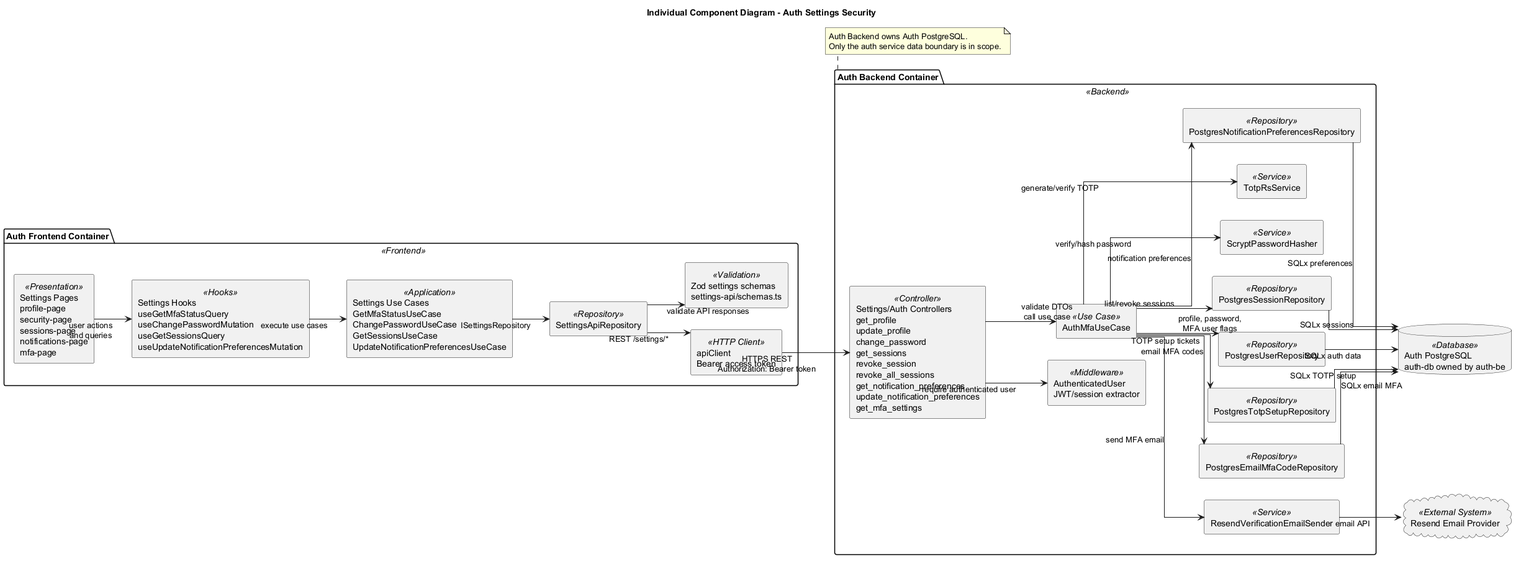
Before: docs/architecture/individual-component-auth-settings-security.png, a diagram exported from PlantUML (advprog-2026-A10-project/Module-9-Group). Its diagram source:
```plantuml
@startuml
title Individual Component Diagram - Auth Settings Security
left to right direction
skinparam componentStyle rectangle
skinparam linetype ortho

package "Auth Frontend Container" as AuthFE <<Frontend>> {
  component "Settings Pages\nprofile-page\nsecurity-page\nsessions-page\nnotifications-page\nmfa-page" as Pages <<Presentation>>
  component "Settings Hooks\nuseGetMfaStatusQuery\nuseChangePasswordMutation\nuseGetSessionsQuery\nuseUpdateNotificationPreferencesMutation" as Hooks <<Hooks>>
  component "Settings Use Cases\nGetMfaStatusUseCase\nChangePasswordUseCase\nGetSessionsUseCase\nUpdateNotificationPreferencesUseCase" as FEUseCases <<Application>>
  component "SettingsApiRepository" as SettingsApiRepo <<Repository>>
  component "apiClient\nBearer access token" as ApiClient <<HTTP Client>>
  component "Zod settings schemas\nsettings-api/schemas.ts" as ZodSchemas <<Validation>>
}

package "Auth Backend Container" as AuthBE <<Backend>> {
  component "Settings/Auth Controllers\nget_profile\nupdate_profile\nchange_password\nget_sessions\nrevoke_session\nrevoke_all_sessions\nget_notification_preferences\nupdate_notification_preferences\nget_mfa_settings" as Controllers <<Controller>>
  component "AuthenticatedUser\nJWT/session extractor" as AuthExtractor <<Middleware>>
  component "AuthMfaUseCase" as AuthMfa <<Use Case>>
  component "PostgresUserRepository" as UserRepo <<Repository>>
  component "PostgresSessionRepository" as SessionRepo <<Repository>>
  component "PostgresNotificationPreferencesRepository" as PrefRepo <<Repository>>
  component "PostgresEmailMfaCodeRepository" as EmailCodeRepo <<Repository>>
  component "PostgresTotpSetupRepository" as TotpSetupRepo <<Repository>>
  component "ScryptPasswordHasher" as PasswordHasher <<Service>>
  component "TotpRsService" as TotpService <<Service>>
  component "ResendVerificationEmailSender" as EmailSender <<Service>>
}

database "Auth PostgreSQL\nauth-db owned by auth-be" as AuthDB <<Database>>
cloud "Resend Email Provider" as Resend <<External System>>

Pages --> Hooks : user actions\nand queries
Hooks --> FEUseCases : execute use cases
FEUseCases --> SettingsApiRepo : ISettingsRepository
SettingsApiRepo --> ZodSchemas : validate API responses
SettingsApiRepo --> ApiClient : REST /settings/*
ApiClient --> Controllers : HTTPS REST\nAuthorization: Bearer token

Controllers --> AuthExtractor : require authenticated user
Controllers --> AuthMfa : validate DTOs\ncall use case

AuthMfa --> UserRepo : profile, password,\nMFA user flags
AuthMfa --> SessionRepo : list/revoke sessions
AuthMfa --> PrefRepo : notification preferences
AuthMfa --> EmailCodeRepo : email MFA codes
AuthMfa --> TotpSetupRepo : TOTP setup tickets
AuthMfa --> PasswordHasher : verify/hash password
AuthMfa --> TotpService : generate/verify TOTP
AuthMfa --> EmailSender : send MFA email

UserRepo --> AuthDB : SQLx auth data
SessionRepo --> AuthDB : SQLx sessions
PrefRepo --> AuthDB : SQLx preferences
EmailCodeRepo --> AuthDB : SQLx email MFA
TotpSetupRepo --> AuthDB : SQLx TOTP setup
EmailSender --> Resend : email API

note bottom of AuthBE
Auth Backend owns Auth PostgreSQL.
Only the auth service data boundary is in scope.
end note
@enduml
```
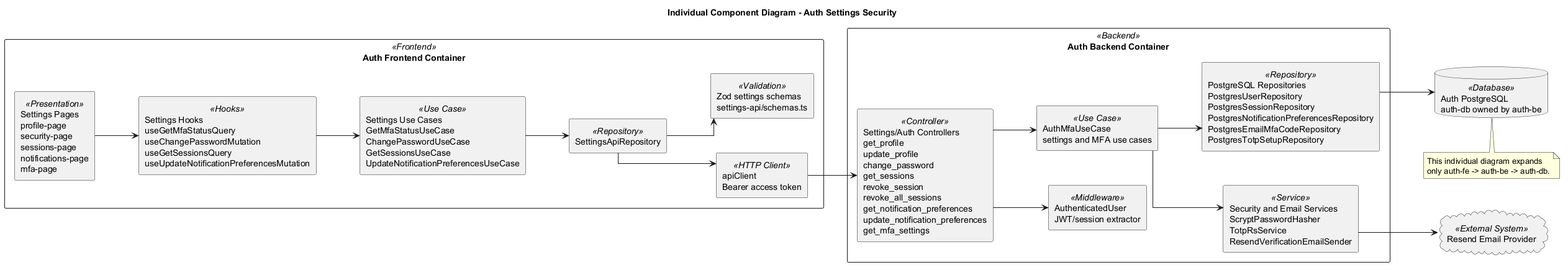
The same diagram one commit later.

Commit message:
fix Image for Individual container diagram of Auth Settings Security with its code diagram of the group A10 BidMart

Diff of the diagram source:
```diff
@@ -3,11 +3,15 @@
 left to right direction
 skinparam componentStyle rectangle
 skinparam linetype ortho
+skinparam nodesep 55
+skinparam ranksep 70
+skinparam wrapWidth 200
+skinparam packageStyle rectangle
 
 package "Auth Frontend Container" as AuthFE <<Frontend>> {
   component "Settings Pages\nprofile-page\nsecurity-page\nsessions-page\nnotifications-page\nmfa-page" as Pages <<Presentation>>
   component "Settings Hooks\nuseGetMfaStatusQuery\nuseChangePasswordMutation\nuseGetSessionsQuery\nuseUpdateNotificationPreferencesMutation" as Hooks <<Hooks>>
-  component "Settings Use Cases\nGetMfaStatusUseCase\nChangePasswordUseCase\nGetSessionsUseCase\nUpdateNotificationPreferencesUseCase" as FEUseCases <<Application>>
+  component "Settings Use Cases\nGetMfaStatusUseCase\nChangePasswordUseCase\nGetSessionsUseCase\nUpdateNotificationPreferencesUseCase" as FEUseCases <<Use Case>>
   component "SettingsApiRepository" as SettingsApiRepo <<Repository>>
   component "apiClient\nBearer access token" as ApiClient <<HTTP Client>>
   component "Zod settings schemas\nsettings-api/schemas.ts" as ZodSchemas <<Validation>>
@@ -16,48 +20,29 @@
 package "Auth Backend Container" as AuthBE <<Backend>> {
   component "Settings/Auth Controllers\nget_profile\nupdate_profile\nchange_password\nget_sessions\nrevoke_session\nrevoke_all_sessions\nget_notification_preferences\nupdate_notification_preferences\nget_mfa_settings" as Controllers <<Controller>>
   component "AuthenticatedUser\nJWT/session extractor" as AuthExtractor <<Middleware>>
-  component "AuthMfaUseCase" as AuthMfa <<Use Case>>
-  component "PostgresUserRepository" as UserRepo <<Repository>>
-  component "PostgresSessionRepository" as SessionRepo <<Repository>>
-  component "PostgresNotificationPreferencesRepository" as PrefRepo <<Repository>>
-  component "PostgresEmailMfaCodeRepository" as EmailCodeRepo <<Repository>>
-  component "PostgresTotpSetupRepository" as TotpSetupRepo <<Repository>>
-  component "ScryptPasswordHasher" as PasswordHasher <<Service>>
-  component "TotpRsService" as TotpService <<Service>>
-  component "ResendVerificationEmailSender" as EmailSender <<Service>>
+  component "AuthMfaUseCase\nsettings and MFA use cases" as AuthMfa <<Use Case>>
+  component "PostgreSQL Repositories\nPostgresUserRepository\nPostgresSessionRepository\nPostgresNotificationPreferencesRepository\nPostgresEmailMfaCodeRepository\nPostgresTotpSetupRepository" as AuthRepos <<Repository>>
+  component "Security and Email Services\nScryptPasswordHasher\nTotpRsService\nResendVerificationEmailSender" as AuthServices <<Service>>
 }
 
 database "Auth PostgreSQL\nauth-db owned by auth-be" as AuthDB <<Database>>
 cloud "Resend Email Provider" as Resend <<External System>>
 
-Pages --> Hooks : user actions\nand queries
-Hooks --> FEUseCases : execute use cases
-FEUseCases --> SettingsApiRepo : ISettingsRepository
-SettingsApiRepo --> ZodSchemas : validate API responses
-SettingsApiRepo --> ApiClient : REST /settings/*
-ApiClient --> Controllers : HTTPS REST\nAuthorization: Bearer token
+Pages --> Hooks
+Hooks --> FEUseCases
+FEUseCases --> SettingsApiRepo
+SettingsApiRepo --> ZodSchemas
+SettingsApiRepo --> ApiClient
+ApiClient --> Controllers
 
-Controllers --> AuthExtractor : require authenticated user
-Controllers --> AuthMfa : validate DTOs\ncall use case
+Controllers --> AuthExtractor
+Controllers --> AuthMfa
+AuthMfa --> AuthRepos
+AuthMfa --> AuthServices
+AuthRepos --> AuthDB
+AuthServices --> Resend
 
-AuthMfa --> UserRepo : profile, password,\nMFA user flags
-AuthMfa --> SessionRepo : list/revoke sessions
-AuthMfa --> PrefRepo : notification preferences
-AuthMfa --> EmailCodeRepo : email MFA codes
-AuthMfa --> TotpSetupRepo : TOTP setup tickets
-AuthMfa --> PasswordHasher : verify/hash password
-AuthMfa --> TotpService : generate/verify TOTP
-AuthMfa --> EmailSender : send MFA email
-
-UserRepo --> AuthDB : SQLx auth data
-SessionRepo --> AuthDB : SQLx sessions
-PrefRepo --> AuthDB : SQLx preferences
-EmailCodeRepo --> AuthDB : SQLx email MFA
-TotpSetupRepo --> AuthDB : SQLx TOTP setup
-EmailSender --> Resend : email API
-
-note bottom of AuthBE
-Auth Backend owns Auth PostgreSQL.
-Only the auth service data boundary is in scope.
+note bottom of AuthDB
+This individual diagram expands only auth-fe -> auth-be -> auth-db.
 end note
 @enduml
```
